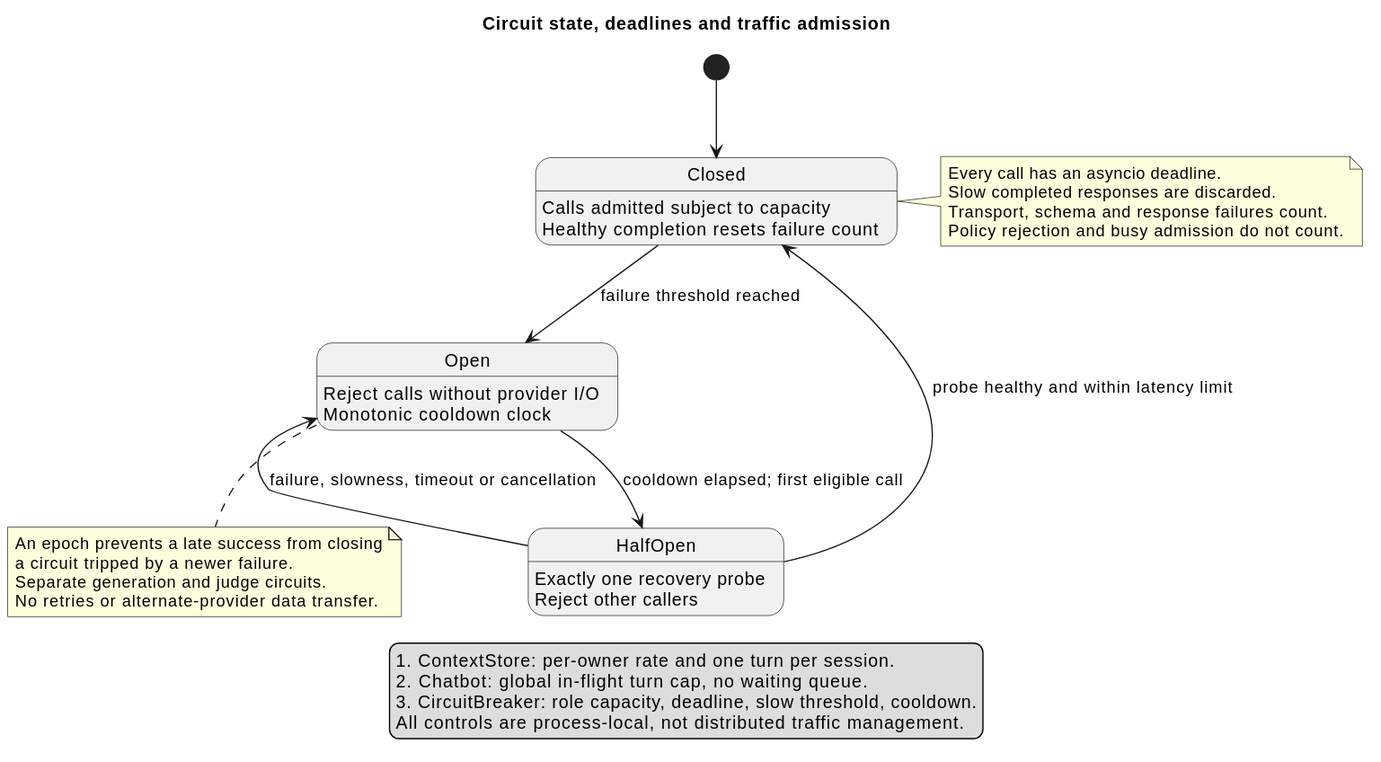
Earlier version of the PlantUML export docs/diagrams/04-circuit-breaker.svg (Iman/agentic-drink-book). Its source is kept beside it as docs/diagrams/04-circuit-breaker.puml. Its diagram source:
```plantuml
@startuml
title Circuit state, deadlines and traffic admission
skinparam shadowing false
[*] --> Closed
Closed : Calls admitted subject to capacity
Closed : Healthy completion resets failure count
Closed --> Open : failure threshold reached
Open : Reject calls without provider I/O
Open : Monotonic cooldown clock
Open --> HalfOpen : cooldown elapsed; first eligible call
HalfOpen : Exactly one recovery probe
HalfOpen : Reject other callers
HalfOpen --> Closed : probe healthy and within latency limit
HalfOpen --> Open : failure, slowness, timeout or cancellation
note right of Closed
Every call has an asyncio deadline.
Slow completed responses are discarded.
Transport, schema and response failures count.
Policy rejection and busy admission do not count.
end note
note bottom of Open
An epoch prevents a late success from closing
a circuit tripped by a newer failure.
Separate generation and judge circuits.
No retries or alternate-provider data transfer.
end note
legend bottom
1. ContextStore: per-owner rate and one turn per session.
2. Chatbot: global in-flight turn cap, no waiting queue.
3. CircuitBreaker: role capacity, deadline, slow threshold, cooldown.
All controls are process-local, not distributed traffic management.
endlegend
@enduml
```
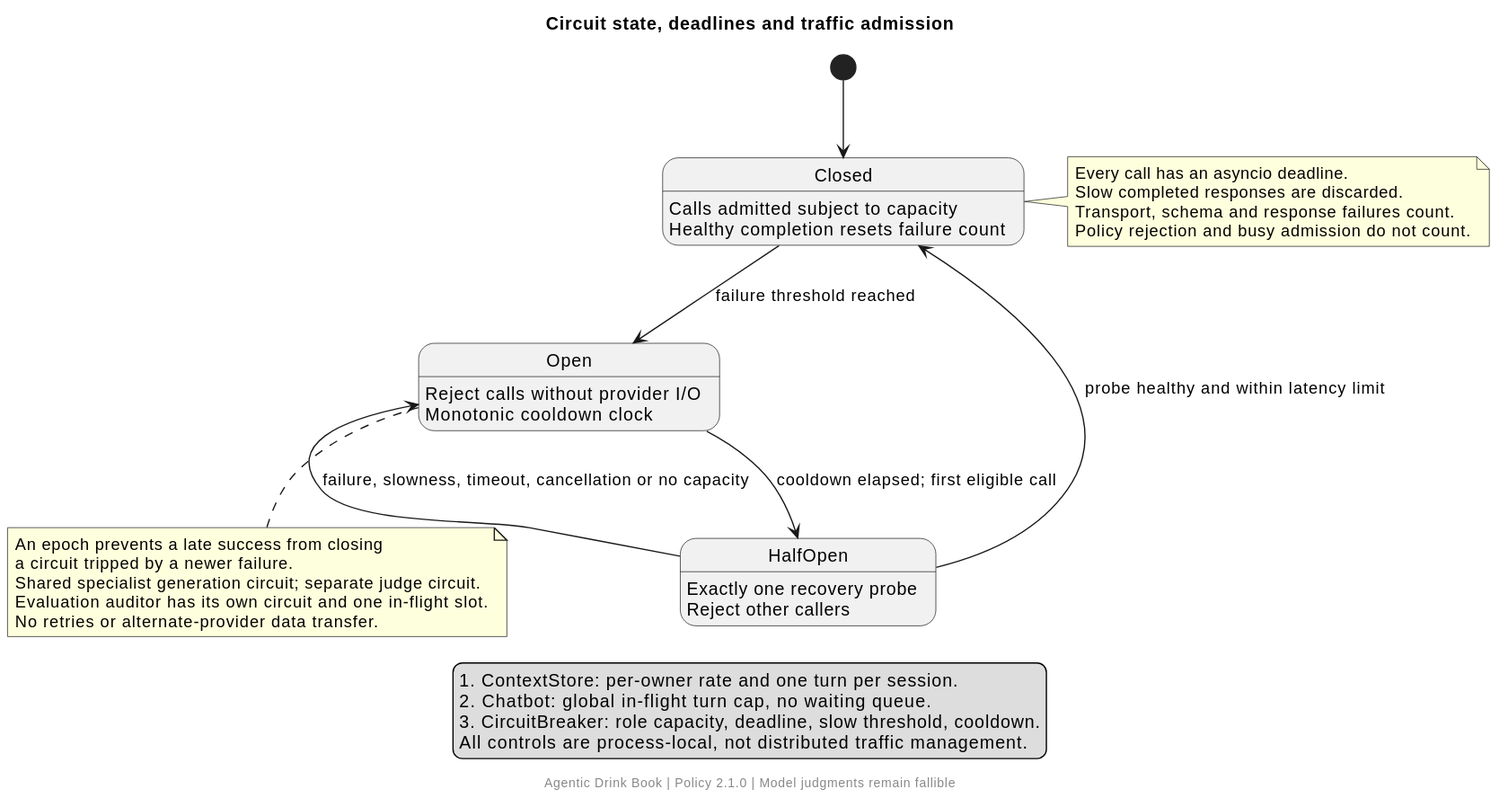
After the change.

Diff of the diagram source:
```diff
@@ -11,7 +11,7 @@
 HalfOpen : Exactly one recovery probe
 HalfOpen : Reject other callers
 HalfOpen --> Closed : probe healthy and within latency limit
-HalfOpen --> Open : failure, slowness, timeout or cancellation
+HalfOpen --> Open : failure, slowness, timeout, cancellation or no capacity
 note right of Closed
 Every call has an asyncio deadline.
 Slow completed responses are discarded.
@@ -21,7 +21,8 @@
 note bottom of Open
 An epoch prevents a late success from closing
 a circuit tripped by a newer failure.
-Separate generation and judge circuits.
+Shared specialist generation circuit; separate judge circuit.
+Evaluation auditor has its own circuit and one in-flight slot.
 No retries or alternate-provider data transfer.
 end note
 legend bottom
@@ -30,4 +31,5 @@
 3. CircuitBreaker: role capacity, deadline, slow threshold, cooldown.
 All controls are process-local, not distributed traffic management.
 endlegend
+footer Agentic Drink Book | Policy 2.1.0 | Model judgments remain fallible
 @enduml
```
